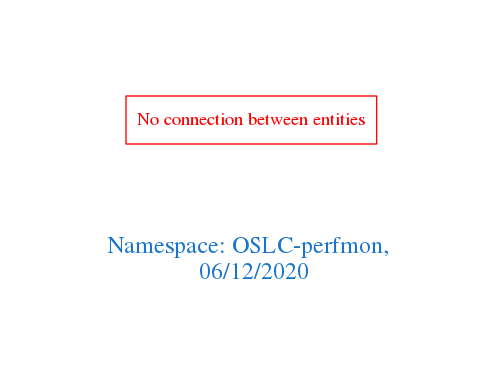
This is downloads/OSLC-perfmon.png from arago/OGIT, a Graphviz export, as it was before one commit. Its source is kept beside it as downloads/OSLC-perfmon.dot.
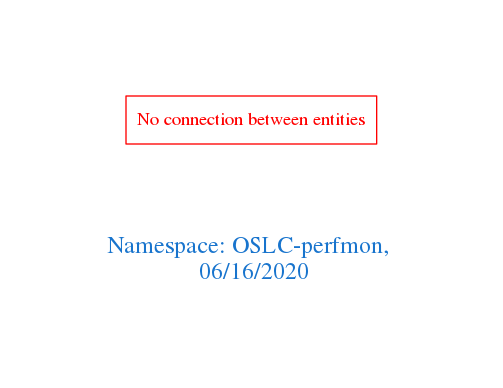
The same diagram one commit later.

What changed in the source:
```diff
@@ -1,7 +1,7 @@
 digraph OGIT_ontology {
  graph [ rankdir= LR,pad=1
 fontsize = 18,
-fontcolor= dodgerblue3,label = "\n\n\nNamespace: OSLC-perfmon, \n 06/12/2020"];
+fontcolor= dodgerblue3,label = "\n\n\nNamespace: OSLC-perfmon, \n 06/16/2020"];
 node[shape=polygon];
 edge [  color="gray81"];
 
```
